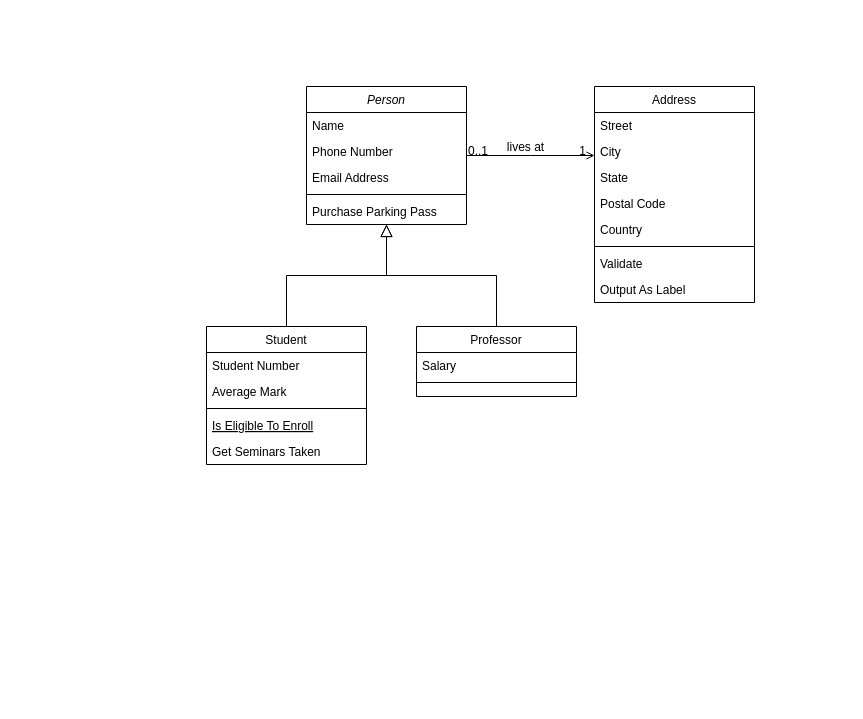
Earlier version of the draw.io diagram ProjetJava.drawio (nquillie/ProjetJava). Source tidied: cells renumbered, new cells numbered last; positions are measured from the earlier drawing's top-left corner, leaving out a move shared by most shapes. Both pictures are drawn from the tidied source at 100%, with x=0, y=0 at pixel (206, 86).
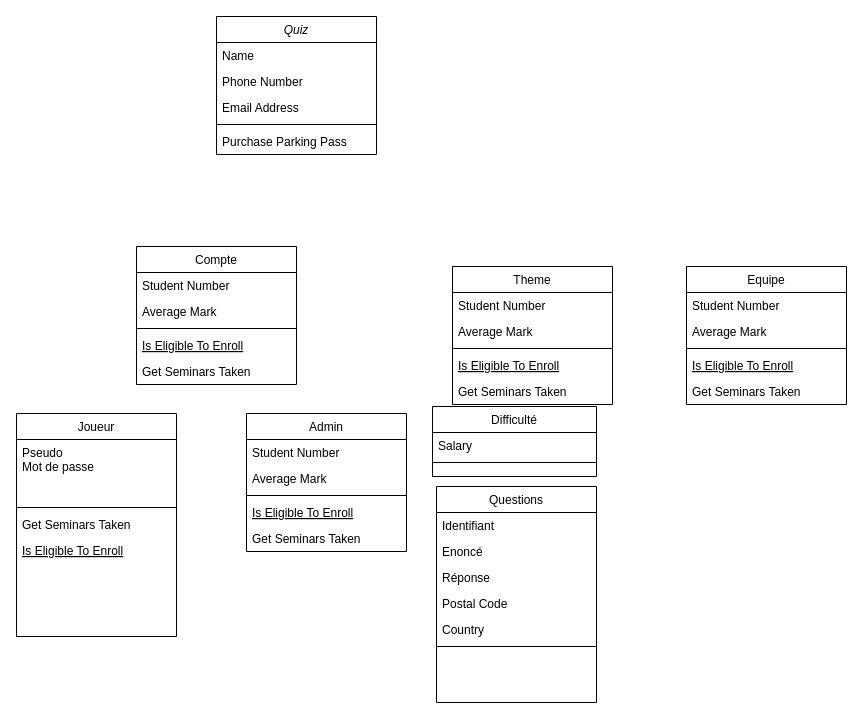
After the change.

Commit message:
Mettre à jour ProjetJava.drawio

What changed in the source:
```diff
@@
-    <mxCell id="2" value="Person" style="swimlane;fontStyle=2;align=center;verticalAlign=top;horizontal=1;startSize=26;rounded=0;shadow=0;strokeWidth=1;" parent="1" vertex="1">
-      <mxGeometry x="100" width="160" height="138" as="geometry" />
+    <mxCell id="2" value="Quiz" style="swimlane;fontStyle=2;align=center;verticalAlign=top;horizontal=1;startSize=26;rounded=0;shadow=0;strokeWidth=1;" parent="1" vertex="1">
+      <mxGeometry x="10" y="-70" width="160" height="138" as="geometry" />
     </mxCell>
@@
-    <mxCell id="8" value="Student" style="swimlane;fontStyle=0;align=center;verticalAlign=top;horizontal=1;startSize=26;rounded=0;shadow=0;strokeWidth=1;" parent="1" vertex="1">
-      <mxGeometry y="240" width="160" height="138" as="geometry" />
+    <mxCell id="8" value="Admin" style="swimlane;fontStyle=0;align=center;verticalAlign=top;horizontal=1;startSize=26;rounded=0;shadow=0;strokeWidth=1;" parent="1" vertex="1">
+      <mxGeometry x="40" y="327" width="160" height="138" as="geometry" />
     </mxCell>
@@
-    <mxCell id="14" style="endArrow=block;endSize=10;endFill=0;shadow=0;strokeWidth=1;rounded=0;edgeStyle=elbowEdgeStyle;elbow=vertical;" parent="1" edge="1" source="8" target="2">
-      <mxGeometry relative="1" as="geometry" />
-    </mxCell>
-    <mxCell id="15" value="Professor" style="swimlane;fontStyle=0;align=center;verticalAlign=top;horizontal=1;startSize=26;rounded=0;shadow=0;strokeWidth=1;" parent="1" vertex="1">
-      <mxGeometry x="210" y="240" width="160" height="70" as="geometry" />
+    <mxCell id="15" value="Difficulté" style="swimlane;fontStyle=0;align=center;verticalAlign=top;horizontal=1;startSize=26;rounded=0;shadow=0;strokeWidth=1;" parent="1" vertex="1">
+      <mxGeometry x="226" y="320" width="164" height="70" as="geometry" />
     </mxCell>
     <mxCell id="16" value="Salary" style="text;align=left;verticalAlign=top;spacingLeft=4;spacingRight=4;overflow=hidden;" parent="15" vertex="1">
-      <mxGeometry y="26" width="160" height="26" as="geometry" />
+      <mxGeometry y="26" width="164" height="26" as="geometry" />
     </mxCell>
     <mxCell id="17" style="line;html=1;strokeWidth=1;align=left;verticalAlign=middle;spacingTop=-1;spacingLeft=3;spacingRight=3;labelPosition=right;" parent="15" vertex="1">
-      <mxGeometry y="52" width="160" height="8" as="geometry" />
+      <mxGeometry y="52" width="164" height="8" as="geometry" />
     </mxCell>
-    <mxCell id="18" style="endArrow=block;endSize=10;endFill=0;shadow=0;strokeWidth=1;rounded=0;edgeStyle=elbowEdgeStyle;elbow=vertical;" parent="1" edge="1" source="15" target="2">
-      <mxGeometry relative="1" as="geometry" />
-    </mxCell>
-    <mxCell id="19" value="Address" style="swimlane;fontStyle=0;align=center;verticalAlign=top;horizontal=1;startSize=26;rounded=0;shadow=0;strokeWidth=1;" parent="1" vertex="1">
-      <mxGeometry x="388" width="160" height="216" as="geometry" />
+    <mxCell id="19" value="Questions" style="swimlane;fontStyle=0;align=center;verticalAlign=top;horizontal=1;startSize=26;rounded=0;shadow=0;strokeWidth=1;" parent="1" vertex="1">
+      <mxGeometry x="230" y="400" width="160" height="216" as="geometry" />
     </mxCell>
-    <mxCell id="20" value="Street" style="text;align=left;verticalAlign=top;spacingLeft=4;spacingRight=4;overflow=hidden;" parent="19" vertex="1">
+    <mxCell id="20" value="Identifiant" style="text;align=left;verticalAlign=top;spacingLeft=4;spacingRight=4;overflow=hidden;" parent="19" vertex="1">
       <mxGeometry y="26" width="160" height="26" as="geometry" />
     </mxCell>
-    <mxCell id="21" value="City" style="text;align=left;verticalAlign=top;spacingLeft=4;spacingRight=4;overflow=hidden;rounded=0;shadow=0;html=0;" parent="19" vertex="1">
+    <mxCell id="21" value="Enoncé" style="text;align=left;verticalAlign=top;spacingLeft=4;spacingRight=4;overflow=hidden;rounded=0;shadow=0;html=0;" parent="19" vertex="1">
       <mxGeometry y="52" width="160" height="26" as="geometry" />
     </mxCell>
-    <mxCell id="22" value="State" style="text;align=left;verticalAlign=top;spacingLeft=4;spacingRight=4;overflow=hidden;rounded=0;shadow=0;html=0;" parent="19" vertex="1">
+    <mxCell id="22" value="Réponse" style="text;align=left;verticalAlign=top;spacingLeft=4;spacingRight=4;overflow=hidden;rounded=0;shadow=0;html=0;" parent="19" vertex="1">
       <mxGeometry y="78" width="160" height="26" as="geometry" />
     </mxCell>
@@
-    <mxCell id="26" value="Validate" style="text;align=left;verticalAlign=top;spacingLeft=4;spacingRight=4;overflow=hidden;" parent="19" vertex="1">
-      <mxGeometry y="164" width="160" height="26" as="geometry" />
-    </mxCell>
-    <mxCell id="27" value="Output As Label" style="text;align=left;verticalAlign=top;spacingLeft=4;spacingRight=4;overflow=hidden;" parent="19" vertex="1">
-      <mxGeometry y="190" width="160" height="26" as="geometry" />
-    </mxCell>
-    <mxCell id="28" style="endArrow=open;shadow=0;strokeWidth=1;rounded=0;endFill=1;edgeStyle=elbowEdgeStyle;elbow=vertical;" parent="1" edge="1" source="2" target="19">
-      <mxGeometry x="0.5" y="41" relative="1" as="geometry">
-        <mxPoint x="-40" y="32" as="offset" />
-      </mxGeometry>
-    </mxCell>
-    <mxCell id="29" value="0..1" style="align=left;verticalAlign=bottom;labelBackgroundColor=none;fontSize=12;" parent="28" vertex="1">
-      <mxGeometry x="-1" relative="1" as="geometry">
-        <mxPoint y="4" as="offset" />
-      </mxGeometry>
-    </mxCell>
-    <mxCell id="30" value="1" style="align=right;verticalAlign=bottom;labelBackgroundColor=none;fontSize=12;" parent="28" vertex="1">
-      <mxGeometry x="1" relative="1" as="geometry">
-        <mxPoint x="-7" y="4" as="offset" />
-      </mxGeometry>
-    </mxCell>
-    <mxCell id="31" value="lives at" style="text;html=1;align=center;verticalAlign=middle;labelBackgroundColor=none;rounded=0;shadow=0;strokeWidth=1;fontSize=12;" parent="28" vertex="1">
-      <mxGeometry x="0.5" y="49" relative="1" as="geometry">
-        <mxPoint x="-38" y="40" as="offset" />
-      </mxGeometry>
-    </mxCell>
+    <mxCell id="32" value="Compte" style="swimlane;fontStyle=0;align=center;verticalAlign=top;horizontal=1;startSize=26;rounded=0;shadow=0;strokeWidth=1;" parent="1" vertex="1">
+      <mxGeometry x="-70" y="160" width="160" height="138" as="geometry" />
+    </mxCell>
+    <mxCell id="33" value="Student Number" style="text;align=left;verticalAlign=top;spacingLeft=4;spacingRight=4;overflow=hidden;" parent="32" vertex="1">
+      <mxGeometry y="26" width="160" height="26" as="geometry" />
+    </mxCell>
+    <mxCell id="34" value="Average Mark" style="text;align=left;verticalAlign=top;spacingLeft=4;spacingRight=4;overflow=hidden;rounded=0;shadow=0;html=0;" parent="32" vertex="1">
+      <mxGeometry y="52" width="160" height="26" as="geometry" />
+    </mxCell>
+    <mxCell id="35" style="line;html=1;strokeWidth=1;align=left;verticalAlign=middle;spacingTop=-1;spacingLeft=3;spacingRight=3;labelPosition=right;" parent="32" vertex="1">
+      <mxGeometry y="78" width="160" height="8" as="geometry" />
+    </mxCell>
+    <mxCell id="36" value="Is Eligible To Enroll" style="text;align=left;verticalAlign=top;spacingLeft=4;spacingRight=4;overflow=hidden;fontStyle=4;" parent="32" vertex="1">
+      <mxGeometry y="86" width="160" height="26" as="geometry" />
+    </mxCell>
+    <mxCell id="37" value="Get Seminars Taken" style="text;align=left;verticalAlign=top;spacingLeft=4;spacingRight=4;overflow=hidden;" parent="32" vertex="1">
+      <mxGeometry y="112" width="160" height="26" as="geometry" />
+    </mxCell>
+    <mxCell id="38" value="Joueur" style="swimlane;fontStyle=0;align=center;verticalAlign=top;horizontal=1;startSize=26;rounded=0;shadow=0;strokeWidth=1;" parent="1" vertex="1">
+      <mxGeometry x="-190" y="327" width="160" height="223" as="geometry" />
+    </mxCell>
+    <mxCell id="39" value="Pseudo&#10;Mot de passe&#10;" style="text;align=left;verticalAlign=top;spacingLeft=4;spacingRight=4;overflow=hidden;rounded=0;shadow=0;html=0;" parent="38" vertex="1">
+      <mxGeometry y="26" width="160" height="64" as="geometry" />
+    </mxCell>
+    <mxCell id="40" style="line;html=1;strokeWidth=1;align=left;verticalAlign=middle;spacingTop=-1;spacingLeft=3;spacingRight=3;labelPosition=right;" parent="38" vertex="1">
+      <mxGeometry y="90" width="160" height="8" as="geometry" />
+    </mxCell>
+    <mxCell id="41" value="Get Seminars Taken" style="text;align=left;verticalAlign=top;spacingLeft=4;spacingRight=4;overflow=hidden;" parent="38" vertex="1">
+      <mxGeometry y="98" width="160" height="26" as="geometry" />
+    </mxCell>
+    <mxCell id="42" value="Is Eligible To Enroll" style="text;align=left;verticalAlign=top;spacingLeft=4;spacingRight=4;overflow=hidden;fontStyle=4;" parent="38" vertex="1">
+      <mxGeometry y="124" width="160" height="26" as="geometry" />
+    </mxCell>
+    <mxCell id="43" value="Theme" style="swimlane;fontStyle=0;align=center;verticalAlign=top;horizontal=1;startSize=26;rounded=0;shadow=0;strokeWidth=1;" parent="1" vertex="1">
+      <mxGeometry x="246" y="180" width="160" height="138" as="geometry" />
+    </mxCell>
+    <mxCell id="44" value="Student Number" style="text;align=left;verticalAlign=top;spacingLeft=4;spacingRight=4;overflow=hidden;" parent="43" vertex="1">
+      <mxGeometry y="26" width="160" height="26" as="geometry" />
+    </mxCell>
+    <mxCell id="45" value="Average Mark" style="text;align=left;verticalAlign=top;spacingLeft=4;spacingRight=4;overflow=hidden;rounded=0;shadow=0;html=0;" parent="43" vertex="1">
+      <mxGeometry y="52" width="160" height="26" as="geometry" />
+    </mxCell>
+    <mxCell id="46" style="line;html=1;strokeWidth=1;align=left;verticalAlign=middle;spacingTop=-1;spacingLeft=3;spacingRight=3;labelPosition=right;" parent="43" vertex="1">
+      <mxGeometry y="78" width="160" height="8" as="geometry" />
+    </mxCell>
+    <mxCell id="47" value="Is Eligible To Enroll" style="text;align=left;verticalAlign=top;spacingLeft=4;spacingRight=4;overflow=hidden;fontStyle=4;" parent="43" vertex="1">
+      <mxGeometry y="86" width="160" height="26" as="geometry" />
+    </mxCell>
+    <mxCell id="48" value="Get Seminars Taken" style="text;align=left;verticalAlign=top;spacingLeft=4;spacingRight=4;overflow=hidden;" parent="43" vertex="1">
+      <mxGeometry y="112" width="160" height="26" as="geometry" />
+    </mxCell>
+    <mxCell id="49" value="Equipe" style="swimlane;fontStyle=0;align=center;verticalAlign=top;horizontal=1;startSize=26;rounded=0;shadow=0;strokeWidth=1;" parent="1" vertex="1">
+      <mxGeometry x="480" y="180" width="160" height="138" as="geometry" />
+    </mxCell>
+    <mxCell id="50" value="Student Number" style="text;align=left;verticalAlign=top;spacingLeft=4;spacingRight=4;overflow=hidden;" parent="49" vertex="1">
+      <mxGeometry y="26" width="160" height="26" as="geometry" />
+    </mxCell>
+    <mxCell id="51" value="Average Mark" style="text;align=left;verticalAlign=top;spacingLeft=4;spacingRight=4;overflow=hidden;rounded=0;shadow=0;html=0;" parent="49" vertex="1">
+      <mxGeometry y="52" width="160" height="26" as="geometry" />
+    </mxCell>
+    <mxCell id="52" style="line;html=1;strokeWidth=1;align=left;verticalAlign=middle;spacingTop=-1;spacingLeft=3;spacingRight=3;labelPosition=right;" parent="49" vertex="1">
+      <mxGeometry y="78" width="160" height="8" as="geometry" />
+    </mxCell>
+    <mxCell id="53" value="Is Eligible To Enroll" style="text;align=left;verticalAlign=top;spacingLeft=4;spacingRight=4;overflow=hidden;fontStyle=4;" parent="49" vertex="1">
+      <mxGeometry y="86" width="160" height="26" as="geometry" />
+    </mxCell>
+    <mxCell id="54" value="Get Seminars Taken" style="text;align=left;verticalAlign=top;spacingLeft=4;spacingRight=4;overflow=hidden;" parent="49" vertex="1">
+      <mxGeometry y="112" width="160" height="26" as="geometry" />
+    </mxCell>
```
